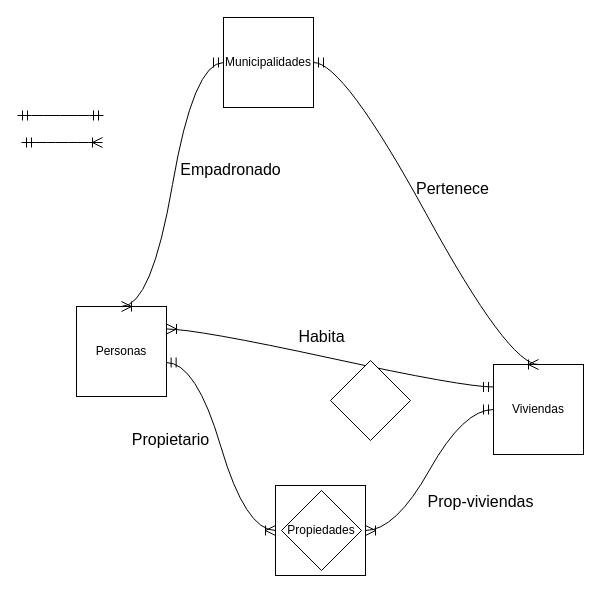
Before: Ejercicio2.drawio in Daniel-Ceriana/BD1, a draw.io diagram. Source tidied: cells renumbered, new cells numbered last; positions are measured from the earlier drawing's top-left corner, leaving out a move shared by most shapes. Both pictures are drawn from the tidied source at 100%, with x=0, y=0 at pixel (-19, -13).
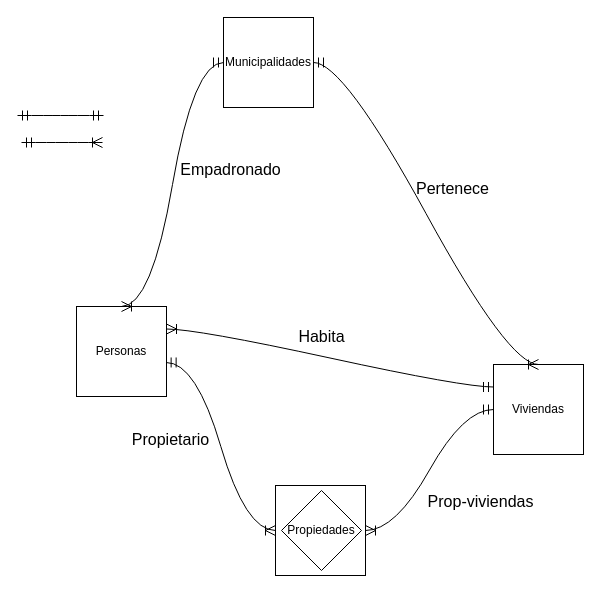
After the change.

Diff of the diagram source:
```diff
@@
-    <mxCell id="18" style="rhombus;whiteSpace=wrap;html=1;" parent="1" vertex="1">
-      <mxGeometry x="349" y="373" width="80" height="80" as="geometry" />
-    </mxCell>
```
